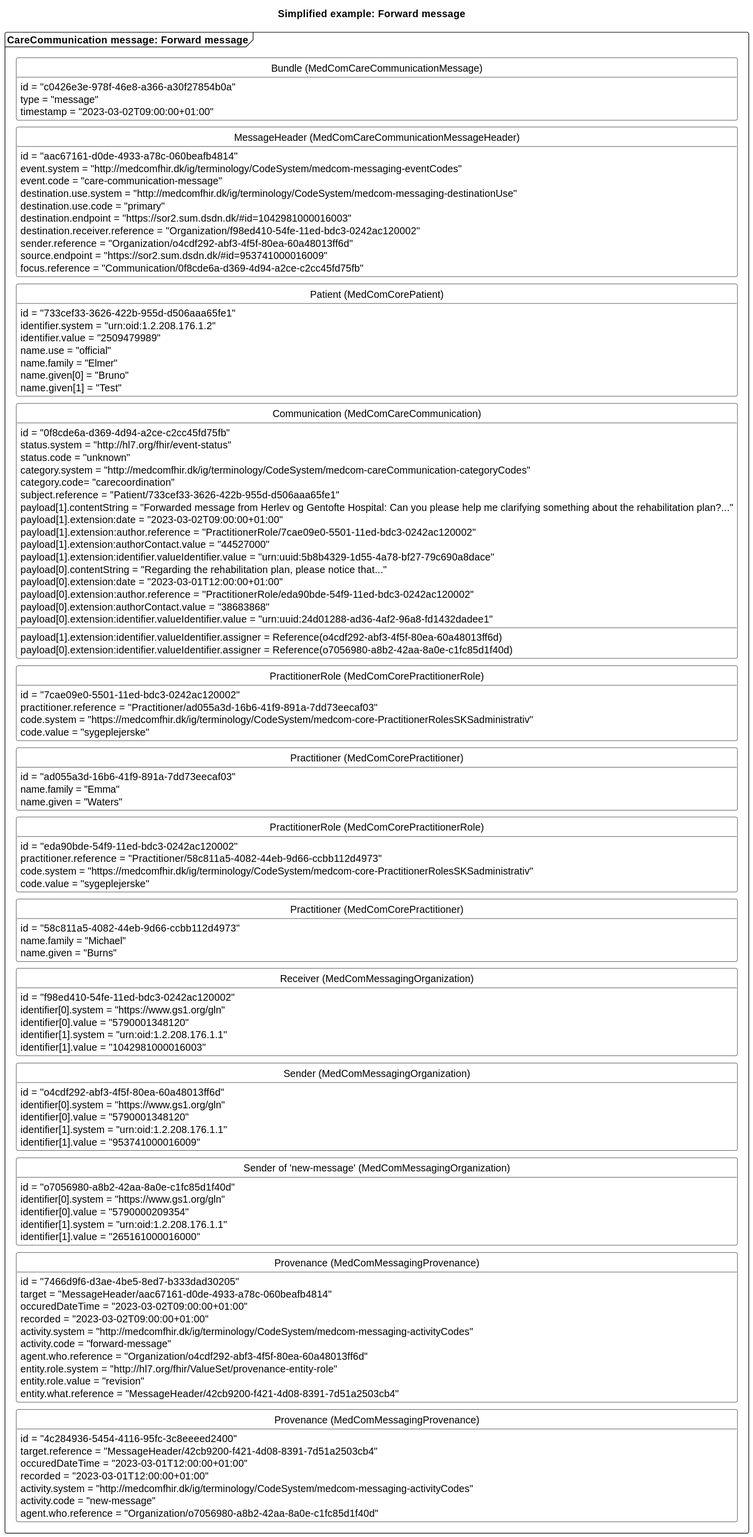
Earlier version of the PlantUML export input/images/carecommunication/CCForwardMessage2.svg (medcomdk/dk-medcom-carecommunication).
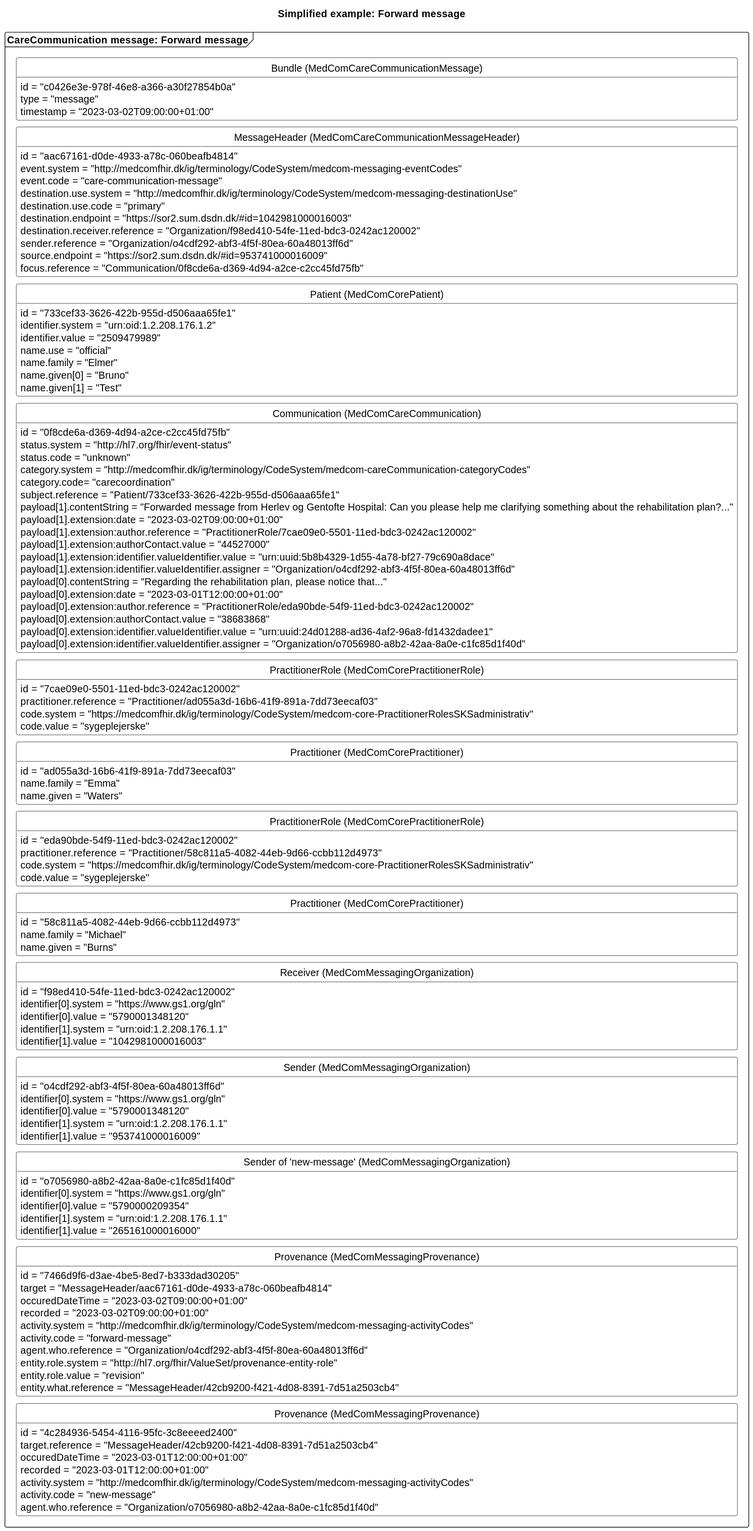
The same file after the commit.

Diff of the diagram source:
```diff
@@ -52,13 +52,13 @@
         payload[1].extension:author.reference = "PractitionerRole/7cae09e0-5501-11ed-bdc3-0242ac120002"
         payload[1].extension:authorContact.value = "44527000"
         payload[1].extension:identifier.valueIdentifier.value = "urn:uuid:5b8b4329-1d55-4a78-bf27-79c690a8dace"
-        payload[1].extension:identifier.valueIdentifier.assigner = Reference(o4cdf292-abf3-4f5f-80ea-60a48013ff6d)
+        payload[1].extension:identifier.valueIdentifier.assigner = "Organization/o4cdf292-abf3-4f5f-80ea-60a48013ff6d"
         payload[0].contentString = "Regarding the rehabilitation plan, please notice that..."
         payload[0].extension:date = "2023-03-01T12:00:00+01:00"
         payload[0].extension:author.reference = "PractitionerRole/eda90bde-54f9-11ed-bdc3-0242ac120002"
         payload[0].extension:authorContact.value = "38683868"
         payload[0].extension:identifier.valueIdentifier.value = "urn:uuid:24d01288-ad36-4af2-96a8-fd1432dadee1"
-        payload[0].extension:identifier.valueIdentifier.assigner = Reference(o7056980-a8b2-42aa-8a0e-c1fc85d1f40d)
+        payload[0].extension:identifier.valueIdentifier.assigner = "Organization/o7056980-a8b2-42aa-8a0e-c1fc85d1f40d"
     }
     class "PractitionerRole (MedComCorePractitionerRole)" as forwardPracR{
         id = "7cae09e0-5501-11ed-bdc3-0242ac120002"
```
